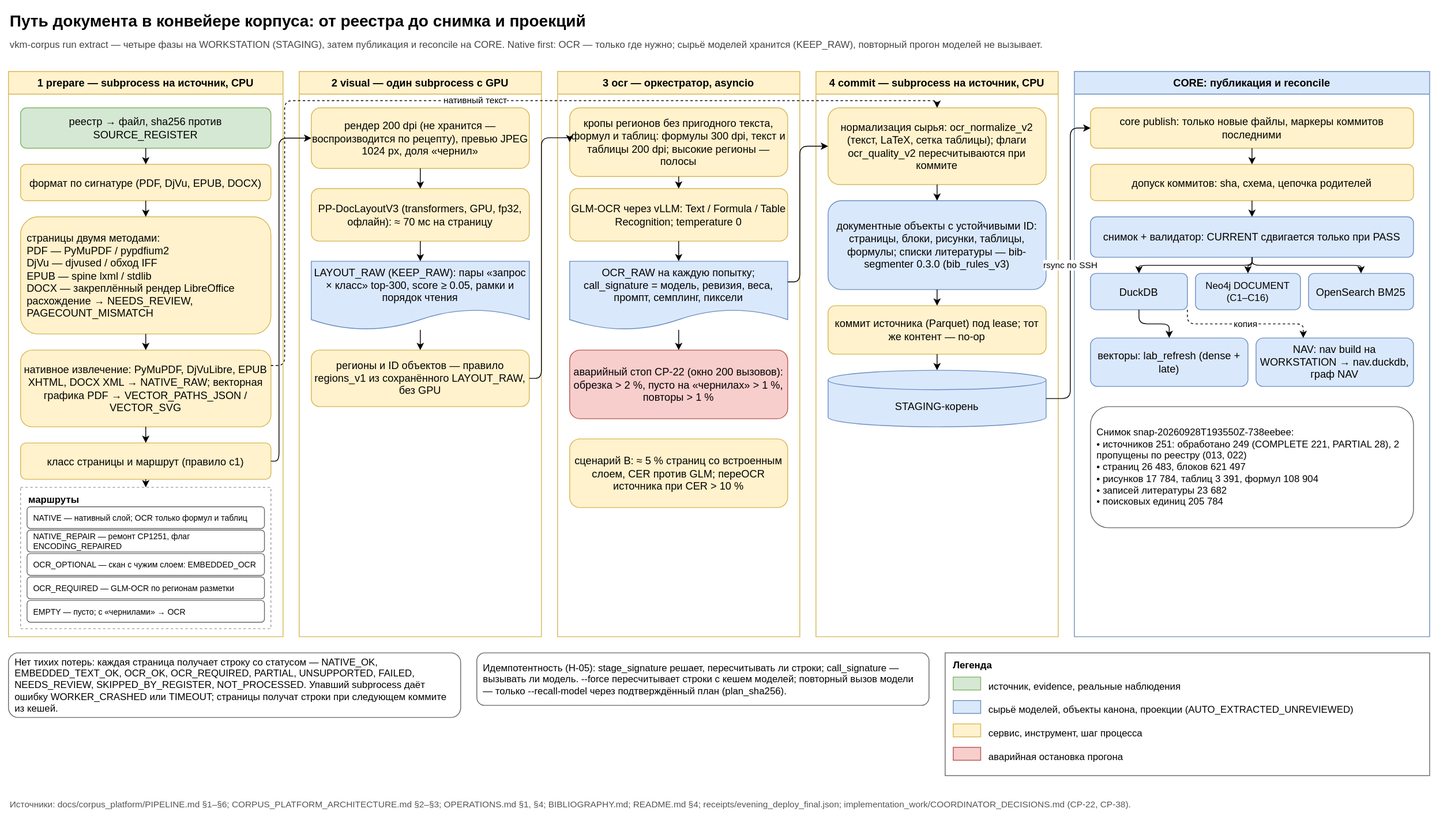
Above: docs/diagrams/document_pipeline.svg in SUKUNA-AI/vkm-subsidence-forecasting (draw.io), before the change. Source tidied: cells renumbered, new cells last; positions are measured from the earlier drawing's top-left corner, leaving out a move shared by most shapes.
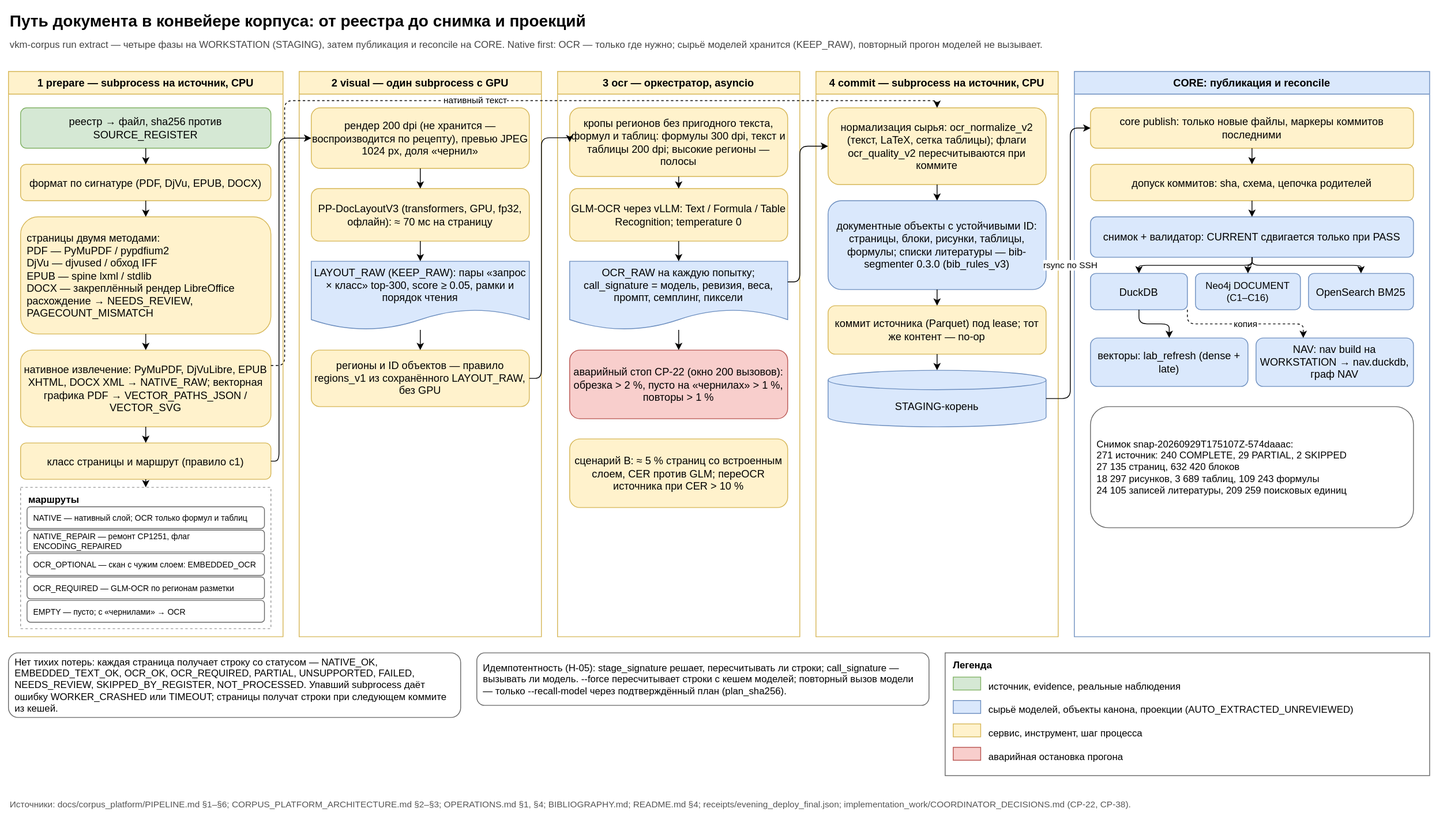
Above is the later version.

Diff of the diagram source:
```diff
@@ -119,7 +119,7 @@
     <mxCell id="40" value="NAV: nav build на WORKSTATION → nav.duckdb, граф NAV" style="fillColor=#dae8fc;fontSize=13;html=1;rounded=1;strokeColor=#6c8ebf;whiteSpace=wrap;" parent="32" vertex="1">
       <mxGeometry x="225" y="330" width="195" height="60" as="geometry" />
     </mxCell>
-    <mxCell id="41" value="Снимок snap-20260928T193550Z-738eebee:&lt;br&gt;• источников 251: обработано 249 (COMPLETE 221, PARTIAL 28), 2 пропущены по реестру (013, 022)&lt;br&gt;• страниц 26 483, блоков 621 497&lt;br&gt;• рисунков 17 784, таблиц 3 391, формул 108 904&lt;br&gt;• записей литературы 23 682&lt;br&gt;• поисковых единиц 205 784" style="align=left;fillColor=#ffffff;fontSize=12;html=1;rounded=1;spacingLeft=6;spacingRight=4;strokeColor=#666666;whiteSpace=wrap;" parent="32" vertex="1">
+    <mxCell id="41" value="Снимок snap-20260929T175107Z-574daaac:&lt;br&gt;271 источник: 240 COMPLETE, 29 PARTIAL, 2 SKIPPED&lt;br&gt;27 135 страниц, 632 420 блоков&lt;br&gt;18 297 рисунков, 3 689 таблиц, 109 243 формулы&lt;br&gt;24 105 записей литературы, 209 259 поисковых единиц" style="align=left;fillColor=#ffffff;fontSize=12;html=1;rounded=1;spacingLeft=6;spacingRight=4;strokeColor=#666666;whiteSpace=wrap;" parent="32" vertex="1">
       <mxGeometry x="20" y="415" width="400" height="150" as="geometry" />
     </mxCell>
     <mxCell id="42" value="Нет тихих потерь: каждая страница получает строку со статусом — NATIVE_OK, EMBEDDED_TEXT_OK, OCR_OK, OCR_REQUIRED, PARTIAL, UNSUPPORTED, FAILED, NEEDS_REVIEW, SKIPPED_BY_REGISTER, NOT_PROCESSED. Упавший subprocess даёт ошибку WORKER_CRASHED или TIMEOUT; страницы получат строки при следующем коммите из кешей." style="align=left;fillColor=#ffffff;fontSize=12;html=1;rounded=1;spacingLeft=6;spacingRight=4;strokeColor=#666666;whiteSpace=wrap;" parent="1" vertex="1">
```
